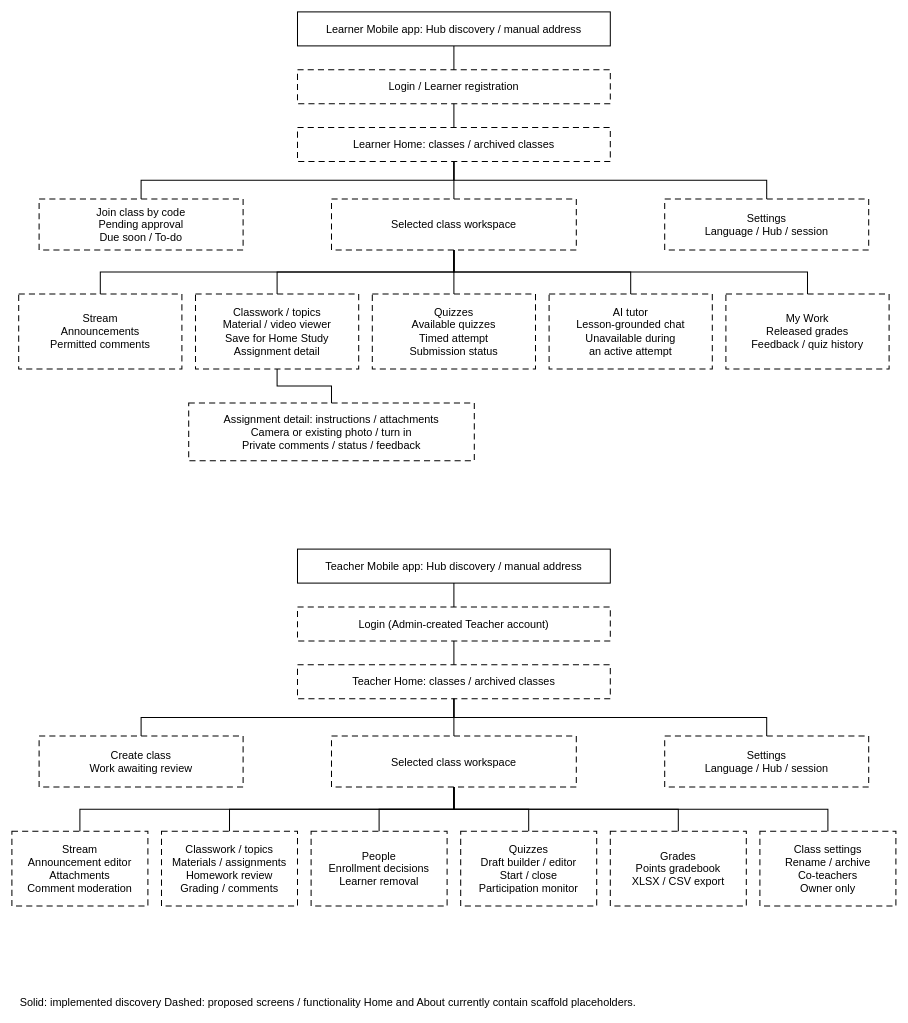
Earlier version of the draw.io diagram docs/thesis/chapter-3/diagrams/sitemap-mobile.drawio (BootlegYouki/L.A.R.A). Source tidied: cells renumbered, new cells numbered last; positions are measured from the earlier drawing's top-left corner, leaving out a move shared by most shapes. Both pictures are drawn from the tidied source at 68%, with x=0, y=0 at pixel (12, 12).
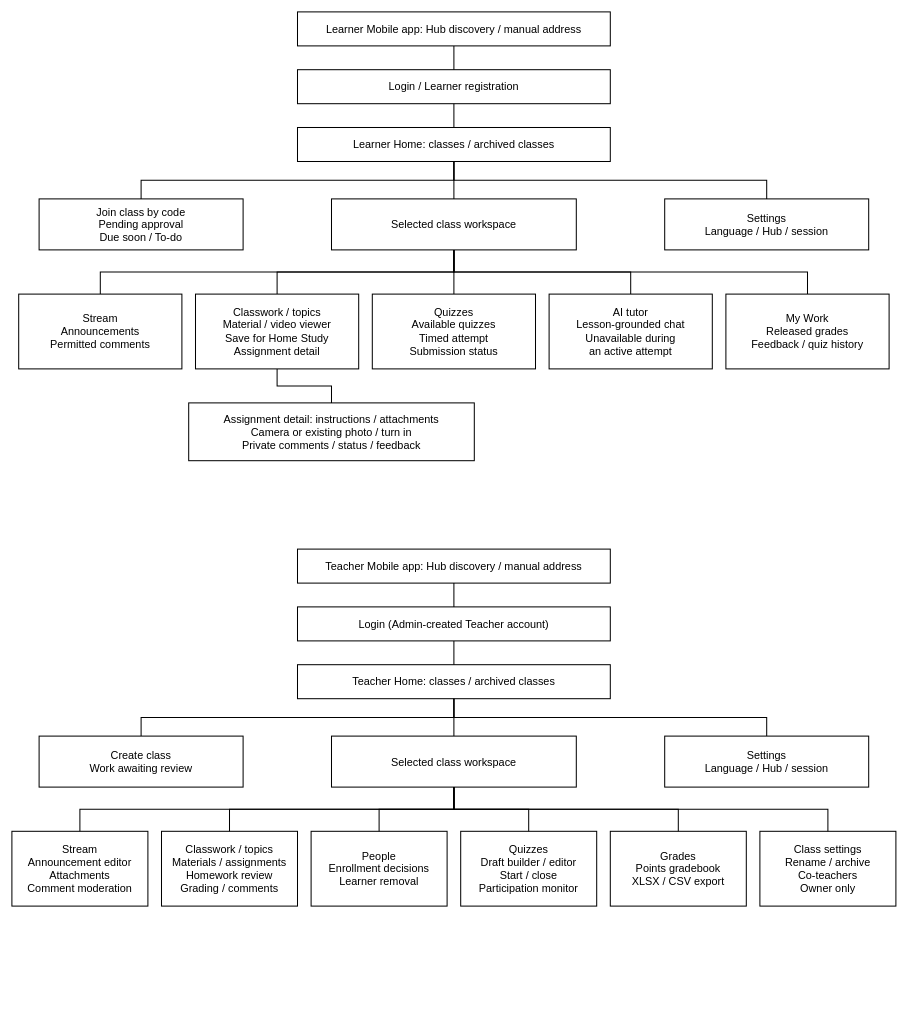
Above is the later version.

Commit message (it also covers changes not shown here):
docs(thesis): address Chapter III review feedback (#173)

What changed in the source:
```diff
@@
-    <mxCell id="3" value="Login / Learner registration" style="whiteSpace=wrap;html=0;fontFamily=Arial;fontSize=16;fontColor=#000000;fillColor=#ffffff;strokeColor=#000000;rounded=0;align=center;verticalAlign=middle;strokeWidth=1.5;dashed=1;dashPattern=6 4;" parent="1" vertex="1">
+    <mxCell id="3" value="Login / Learner registration" style="whiteSpace=wrap;html=0;fontFamily=Arial;fontSize=16;fontColor=#000000;fillColor=#ffffff;strokeColor=#000000;rounded=0;align=center;verticalAlign=middle;strokeWidth=1.5;" parent="1" vertex="1">
       <mxGeometry x="420" y="85" width="460" height="50" as="geometry" />
     </mxCell>
-    <mxCell id="4" value="Learner Home: classes / archived classes" style="whiteSpace=wrap;html=0;fontFamily=Arial;fontSize=16;fontColor=#000000;fillColor=#ffffff;strokeColor=#000000;rounded=0;align=center;verticalAlign=middle;strokeWidth=1.5;dashed=1;dashPattern=6 4;" parent="1" vertex="1">
+    <mxCell id="4" value="Learner Home: classes / archived classes" style="whiteSpace=wrap;html=0;fontFamily=Arial;fontSize=16;fontColor=#000000;fillColor=#ffffff;strokeColor=#000000;rounded=0;align=center;verticalAlign=middle;strokeWidth=1.5;" parent="1" vertex="1">
       <mxGeometry x="420" y="170" width="460" height="50" as="geometry" />
     </mxCell>
-    <mxCell id="5" value="Join class by code&#10;Pending approval&#10;Due soon / To-do" style="whiteSpace=wrap;html=0;fontFamily=Arial;fontSize=16;fontColor=#000000;fillColor=#ffffff;strokeColor=#000000;rounded=0;align=center;verticalAlign=middle;strokeWidth=1.5;dashed=1;dashPattern=6 4;" parent="1" vertex="1">
+    <mxCell id="5" value="Join class by code&#10;Pending approval&#10;Due soon / To-do" style="whiteSpace=wrap;html=0;fontFamily=Arial;fontSize=16;fontColor=#000000;fillColor=#ffffff;strokeColor=#000000;rounded=0;align=center;verticalAlign=middle;strokeWidth=1.5;" parent="1" vertex="1">
       <mxGeometry x="40" y="275" width="300" height="75" as="geometry" />
     </mxCell>
-    <mxCell id="6" value="Selected class workspace" style="whiteSpace=wrap;html=0;fontFamily=Arial;fontSize=16;fontColor=#000000;fillColor=#ffffff;strokeColor=#000000;rounded=0;align=center;verticalAlign=middle;strokeWidth=1.5;dashed=1;dashPattern=6 4;" parent="1" vertex="1">
+    <mxCell id="6" value="Selected class workspace" style="whiteSpace=wrap;html=0;fontFamily=Arial;fontSize=16;fontColor=#000000;fillColor=#ffffff;strokeColor=#000000;rounded=0;align=center;verticalAlign=middle;strokeWidth=1.5;" parent="1" vertex="1">
       <mxGeometry x="470" y="275" width="360" height="75" as="geometry" />
     </mxCell>
-    <mxCell id="7" value="Settings&#10;Language / Hub / session" style="whiteSpace=wrap;html=0;fontFamily=Arial;fontSize=16;fontColor=#000000;fillColor=#ffffff;strokeColor=#000000;rounded=0;align=center;verticalAlign=middle;strokeWidth=1.5;dashed=1;dashPattern=6 4;" parent="1" vertex="1">
+    <mxCell id="7" value="Settings&#10;Language / Hub / session" style="whiteSpace=wrap;html=0;fontFamily=Arial;fontSize=16;fontColor=#000000;fillColor=#ffffff;strokeColor=#000000;rounded=0;align=center;verticalAlign=middle;strokeWidth=1.5;" parent="1" vertex="1">
       <mxGeometry x="960" y="275" width="300" height="75" as="geometry" />
     </mxCell>
-    <mxCell id="8" value="Stream&#10;Announcements&#10;Permitted comments" style="whiteSpace=wrap;html=0;fontFamily=Arial;fontSize=16;fontColor=#000000;fillColor=#ffffff;strokeColor=#000000;rounded=0;align=center;verticalAlign=middle;strokeWidth=1.5;dashed=1;dashPattern=6 4;" parent="1" vertex="1">
+    <mxCell id="8" value="Stream&#10;Announcements&#10;Permitted comments" style="whiteSpace=wrap;html=0;fontFamily=Arial;fontSize=16;fontColor=#000000;fillColor=#ffffff;strokeColor=#000000;rounded=0;align=center;verticalAlign=middle;strokeWidth=1.5;" parent="1" vertex="1">
       <mxGeometry x="10" y="415" width="240" height="110" as="geometry" />
     </mxCell>
-    <mxCell id="9" value="Classwork / topics&#10;Material / video viewer&#10;Save for Home Study&#10;Assignment detail" style="whiteSpace=wrap;html=0;fontFamily=Arial;fontSize=16;fontColor=#000000;fillColor=#ffffff;strokeColor=#000000;rounded=0;align=center;verticalAlign=middle;strokeWidth=1.5;dashed=1;dashPattern=6 4;" parent="1" vertex="1">
+    <mxCell id="9" value="Classwork / topics&#10;Material / video viewer&#10;Save for Home Study&#10;Assignment detail" style="whiteSpace=wrap;html=0;fontFamily=Arial;fontSize=16;fontColor=#000000;fillColor=#ffffff;strokeColor=#000000;rounded=0;align=center;verticalAlign=middle;strokeWidth=1.5;" parent="1" vertex="1">
       <mxGeometry x="270" y="415" width="240" height="110" as="geometry" />
     </mxCell>
-    <mxCell id="10" value="Quizzes&#10;Available quizzes&#10;Timed attempt&#10;Submission status" style="whiteSpace=wrap;html=0;fontFamily=Arial;fontSize=16;fontColor=#000000;fillColor=#ffffff;strokeColor=#000000;rounded=0;align=center;verticalAlign=middle;strokeWidth=1.5;dashed=1;dashPattern=6 4;" parent="1" vertex="1">
+    <mxCell id="10" value="Quizzes&#10;Available quizzes&#10;Timed attempt&#10;Submission status" style="whiteSpace=wrap;html=0;fontFamily=Arial;fontSize=16;fontColor=#000000;fillColor=#ffffff;strokeColor=#000000;rounded=0;align=center;verticalAlign=middle;strokeWidth=1.5;" parent="1" vertex="1">
       <mxGeometry x="530" y="415" width="240" height="110" as="geometry" />
     </mxCell>
-    <mxCell id="11" value="AI tutor&#10;Lesson-grounded chat&#10;Unavailable during&#10;an active attempt" style="whiteSpace=wrap;html=0;fontFamily=Arial;fontSize=16;fontColor=#000000;fillColor=#ffffff;strokeColor=#000000;rounded=0;align=center;verticalAlign=middle;strokeWidth=1.5;dashed=1;dashPattern=6 4;" parent="1" vertex="1">
+    <mxCell id="11" value="AI tutor&#10;Lesson-grounded chat&#10;Unavailable during&#10;an active attempt" style="whiteSpace=wrap;html=0;fontFamily=Arial;fontSize=16;fontColor=#000000;fillColor=#ffffff;strokeColor=#000000;rounded=0;align=center;verticalAlign=middle;strokeWidth=1.5;" parent="1" vertex="1">
       <mxGeometry x="790" y="415" width="240" height="110" as="geometry" />
     </mxCell>
-    <mxCell id="12" value="My Work&#10;Released grades&#10;Feedback / quiz history" style="whiteSpace=wrap;html=0;fontFamily=Arial;fontSize=16;fontColor=#000000;fillColor=#ffffff;strokeColor=#000000;rounded=0;align=center;verticalAlign=middle;strokeWidth=1.5;dashed=1;dashPattern=6 4;" parent="1" vertex="1">
+    <mxCell id="12" value="My Work&#10;Released grades&#10;Feedback / quiz history" style="whiteSpace=wrap;html=0;fontFamily=Arial;fontSize=16;fontColor=#000000;fillColor=#ffffff;strokeColor=#000000;rounded=0;align=center;verticalAlign=middle;strokeWidth=1.5;" parent="1" vertex="1">
       <mxGeometry x="1050" y="415" width="240" height="110" as="geometry" />
     </mxCell>
-    <mxCell id="13" value="Assignment detail: instructions / attachments&#10;Camera or existing photo / turn in&#10;Private comments / status / feedback" style="whiteSpace=wrap;html=0;fontFamily=Arial;fontSize=16;fontColor=#000000;fillColor=#ffffff;strokeColor=#000000;rounded=0;align=center;verticalAlign=middle;strokeWidth=1.5;dashed=1;dashPattern=6 4;" parent="1" vertex="1">
+    <mxCell id="13" value="Assignment detail: instructions / attachments&#10;Camera or existing photo / turn in&#10;Private comments / status / feedback" style="whiteSpace=wrap;html=0;fontFamily=Arial;fontSize=16;fontColor=#000000;fillColor=#ffffff;strokeColor=#000000;rounded=0;align=center;verticalAlign=middle;strokeWidth=1.5;" parent="1" vertex="1">
       <mxGeometry x="260" y="575" width="420" height="85" as="geometry" />
     </mxCell>
@@
-    <mxCell id="15" value="Login (Admin-created Teacher account)" style="whiteSpace=wrap;html=0;fontFamily=Arial;fontSize=16;fontColor=#000000;fillColor=#ffffff;strokeColor=#000000;rounded=0;align=center;verticalAlign=middle;strokeWidth=1.5;dashed=1;dashPattern=6 4;" parent="1" vertex="1">
+    <mxCell id="15" value="Login (Admin-created Teacher account)" style="whiteSpace=wrap;html=0;fontFamily=Arial;fontSize=16;fontColor=#000000;fillColor=#ffffff;strokeColor=#000000;rounded=0;align=center;verticalAlign=middle;strokeWidth=1.5;" parent="1" vertex="1">
       <mxGeometry x="420" y="875" width="460" height="50" as="geometry" />
     </mxCell>
-    <mxCell id="16" value="Teacher Home: classes / archived classes" style="whiteSpace=wrap;html=0;fontFamily=Arial;fontSize=16;fontColor=#000000;fillColor=#ffffff;strokeColor=#000000;rounded=0;align=center;verticalAlign=middle;strokeWidth=1.5;dashed=1;dashPattern=6 4;" parent="1" vertex="1">
+    <mxCell id="16" value="Teacher Home: classes / archived classes" style="whiteSpace=wrap;html=0;fontFamily=Arial;fontSize=16;fontColor=#000000;fillColor=#ffffff;strokeColor=#000000;rounded=0;align=center;verticalAlign=middle;strokeWidth=1.5;" parent="1" vertex="1">
       <mxGeometry x="420" y="960" width="460" height="50" as="geometry" />
     </mxCell>
-    <mxCell id="17" value="Create class&#10;Work awaiting review" style="whiteSpace=wrap;html=0;fontFamily=Arial;fontSize=16;fontColor=#000000;fillColor=#ffffff;strokeColor=#000000;rounded=0;align=center;verticalAlign=middle;strokeWidth=1.5;dashed=1;dashPattern=6 4;" parent="1" vertex="1">
+    <mxCell id="17" value="Create class&#10;Work awaiting review" style="whiteSpace=wrap;html=0;fontFamily=Arial;fontSize=16;fontColor=#000000;fillColor=#ffffff;strokeColor=#000000;rounded=0;align=center;verticalAlign=middle;strokeWidth=1.5;" parent="1" vertex="1">
       <mxGeometry x="40" y="1065" width="300" height="75" as="geometry" />
     </mxCell>
-    <mxCell id="18" value="Selected class workspace" style="whiteSpace=wrap;html=0;fontFamily=Arial;fontSize=16;fontColor=#000000;fillColor=#ffffff;strokeColor=#000000;rounded=0;align=center;verticalAlign=middle;strokeWidth=1.5;dashed=1;dashPattern=6 4;" parent="1" vertex="1">
+    <mxCell id="18" value="Selected class workspace" style="whiteSpace=wrap;html=0;fontFamily=Arial;fontSize=16;fontColor=#000000;fillColor=#ffffff;strokeColor=#000000;rounded=0;align=center;verticalAlign=middle;strokeWidth=1.5;" parent="1" vertex="1">
       <mxGeometry x="470" y="1065" width="360" height="75" as="geometry" />
     </mxCell>
-    <mxCell id="19" value="Settings&#10;Language / Hub / session" style="whiteSpace=wrap;html=0;fontFamily=Arial;fontSize=16;fontColor=#000000;fillColor=#ffffff;strokeColor=#000000;rounded=0;align=center;verticalAlign=middle;strokeWidth=1.5;dashed=1;dashPattern=6 4;" parent="1" vertex="1">
+    <mxCell id="19" value="Settings&#10;Language / Hub / session" style="whiteSpace=wrap;html=0;fontFamily=Arial;fontSize=16;fontColor=#000000;fillColor=#ffffff;strokeColor=#000000;rounded=0;align=center;verticalAlign=middle;strokeWidth=1.5;" parent="1" vertex="1">
       <mxGeometry x="960" y="1065" width="300" height="75" as="geometry" />
     </mxCell>
-    <mxCell id="20" value="Stream&#10;Announcement editor&#10;Attachments&#10;Comment moderation" style="whiteSpace=wrap;html=0;fontFamily=Arial;fontSize=16;fontColor=#000000;fillColor=#ffffff;strokeColor=#000000;rounded=0;align=center;verticalAlign=middle;strokeWidth=1.5;dashed=1;dashPattern=6 4;" parent="1" vertex="1">
+    <mxCell id="20" value="Stream&#10;Announcement editor&#10;Attachments&#10;Comment moderation" style="whiteSpace=wrap;html=0;fontFamily=Arial;fontSize=16;fontColor=#000000;fillColor=#ffffff;strokeColor=#000000;rounded=0;align=center;verticalAlign=middle;strokeWidth=1.5;" parent="1" vertex="1">
       <mxGeometry y="1205" width="200" height="110" as="geometry" />
     </mxCell>
-    <mxCell id="21" value="Classwork / topics&#10;Materials / assignments&#10;Homework review&#10;Grading / comments" style="whiteSpace=wrap;html=0;fontFamily=Arial;fontSize=16;fontColor=#000000;fillColor=#ffffff;strokeColor=#000000;rounded=0;align=center;verticalAlign=middle;strokeWidth=1.5;dashed=1;dashPattern=6 4;" parent="1" vertex="1">
+    <mxCell id="21" value="Classwork / topics&#10;Materials / assignments&#10;Homework review&#10;Grading / comments" style="whiteSpace=wrap;html=0;fontFamily=Arial;fontSize=16;fontColor=#000000;fillColor=#ffffff;strokeColor=#000000;rounded=0;align=center;verticalAlign=middle;strokeWidth=1.5;" parent="1" vertex="1">
       <mxGeometry x="220" y="1205" width="200" height="110" as="geometry" />
     </mxCell>
-    <mxCell id="22" value="People&#10;Enrollment decisions&#10;Learner removal" style="whiteSpace=wrap;html=0;fontFamily=Arial;fontSize=16;fontColor=#000000;fillColor=#ffffff;strokeColor=#000000;rounded=0;align=center;verticalAlign=middle;strokeWidth=1.5;dashed=1;dashPattern=6 4;" parent="1" vertex="1">
+    <mxCell id="22" value="People&#10;Enrollment decisions&#10;Learner removal" style="whiteSpace=wrap;html=0;fontFamily=Arial;fontSize=16;fontColor=#000000;fillColor=#ffffff;strokeColor=#000000;rounded=0;align=center;verticalAlign=middle;strokeWidth=1.5;" parent="1" vertex="1">
       <mxGeometry x="440" y="1205" width="200" height="110" as="geometry" />
     </mxCell>
-    <mxCell id="23" value="Quizzes&#10;Draft builder / editor&#10;Start / close&#10;Participation monitor" style="whiteSpace=wrap;html=0;fontFamily=Arial;fontSize=16;fontColor=#000000;fillColor=#ffffff;strokeColor=#000000;rounded=0;align=center;verticalAlign=middle;strokeWidth=1.5;dashed=1;dashPattern=6 4;" parent="1" vertex="1">
+    <mxCell id="23" value="Quizzes&#10;Draft builder / editor&#10;Start / close&#10;Participation monitor" style="whiteSpace=wrap;html=0;fontFamily=Arial;fontSize=16;fontColor=#000000;fillColor=#ffffff;strokeColor=#000000;rounded=0;align=center;verticalAlign=middle;strokeWidth=1.5;" parent="1" vertex="1">
       <mxGeometry x="660" y="1205" width="200" height="110" as="geometry" />
     </mxCell>
-    <mxCell id="24" value="Grades&#10;Points gradebook&#10;XLSX / CSV export" style="whiteSpace=wrap;html=0;fontFamily=Arial;fontSize=16;fontColor=#000000;fillColor=#ffffff;strokeColor=#000000;rounded=0;align=center;verticalAlign=middle;strokeWidth=1.5;dashed=1;dashPattern=6 4;" parent="1" vertex="1">
+    <mxCell id="24" value="Grades&#10;Points gradebook&#10;XLSX / CSV export" style="whiteSpace=wrap;html=0;fontFamily=Arial;fontSize=16;fontColor=#000000;fillColor=#ffffff;strokeColor=#000000;rounded=0;align=center;verticalAlign=middle;strokeWidth=1.5;" parent="1" vertex="1">
       <mxGeometry x="880" y="1205" width="200" height="110" as="geometry" />
     </mxCell>
-    <mxCell id="25" value="Class settings&#10;Rename / archive&#10;Co-teachers&#10;Owner only" style="whiteSpace=wrap;html=0;fontFamily=Arial;fontSize=16;fontColor=#000000;fillColor=#ffffff;strokeColor=#000000;rounded=0;align=center;verticalAlign=middle;strokeWidth=1.5;dashed=1;dashPattern=6 4;" parent="1" vertex="1">
+    <mxCell id="25" value="Class settings&#10;Rename / archive&#10;Co-teachers&#10;Owner only" style="whiteSpace=wrap;html=0;fontFamily=Arial;fontSize=16;fontColor=#000000;fillColor=#ffffff;strokeColor=#000000;rounded=0;align=center;verticalAlign=middle;strokeWidth=1.5;" parent="1" vertex="1">
       <mxGeometry x="1100" y="1205" width="200" height="110" as="geometry" />
     </mxCell>
@@
-    <mxCell id="48" value="Solid: implemented discovery    Dashed: proposed screens / functionality    Home and About currently contain scaffold placeholders." style="text;html=0;fontFamily=Arial;fontSize=16;align=left;strokeColor=none;fillColor=none;" parent="1" vertex="1">
-      <mxGeometry x="10" y="1440" width="1280" height="30" as="geometry" />
-    </mxCell>
```
